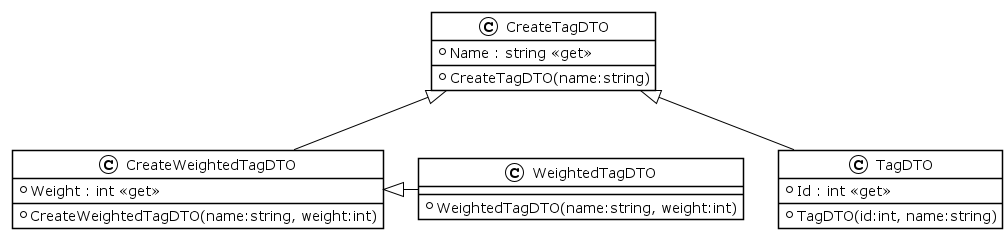
Above: Documentation/UML/Images/TagDTO.png in ahja-itu/BDSA2021-FinalProject (PlantUML), before the change. Its diagram source:
```plantuml
@startuml
!theme plain
class CreateTagDTO {
+ CreateTagDTO(name:string)
+ Name : string <<get>>
}
class TagDTO {
+ TagDTO(id:int, name:string)
+ Id : int <<get>>
}

class CreateWeightedTagDTO {
+ CreateWeightedTagDTO(name:string, weight:int)
+ Weight : int <<get>>
}
class WeightedTagDTO {
+ WeightedTagDTO(name:string, weight:int)
}

CreateTagDTO <|-- TagDTO
CreateTagDTO <|-- CreateWeightedTagDTO
CreateWeightedTagDTO <|- WeightedTagDTO
@enduml
```
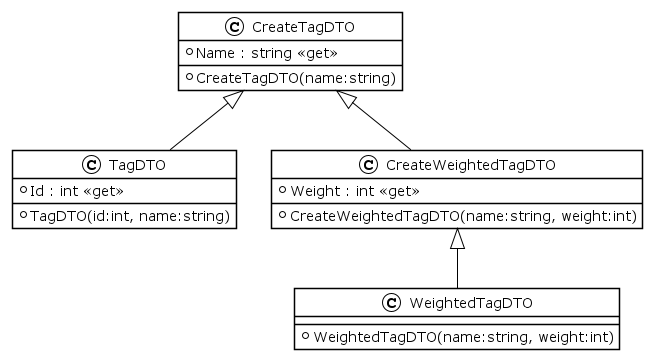
The same file after the commit.

What changed in the source:
```diff
@@ -19,5 +19,5 @@
 
 CreateTagDTO <|-- TagDTO
 CreateTagDTO <|-- CreateWeightedTagDTO
-CreateWeightedTagDTO <|- WeightedTagDTO
+CreateWeightedTagDTO <|-d- WeightedTagDTO
 @enduml
```
